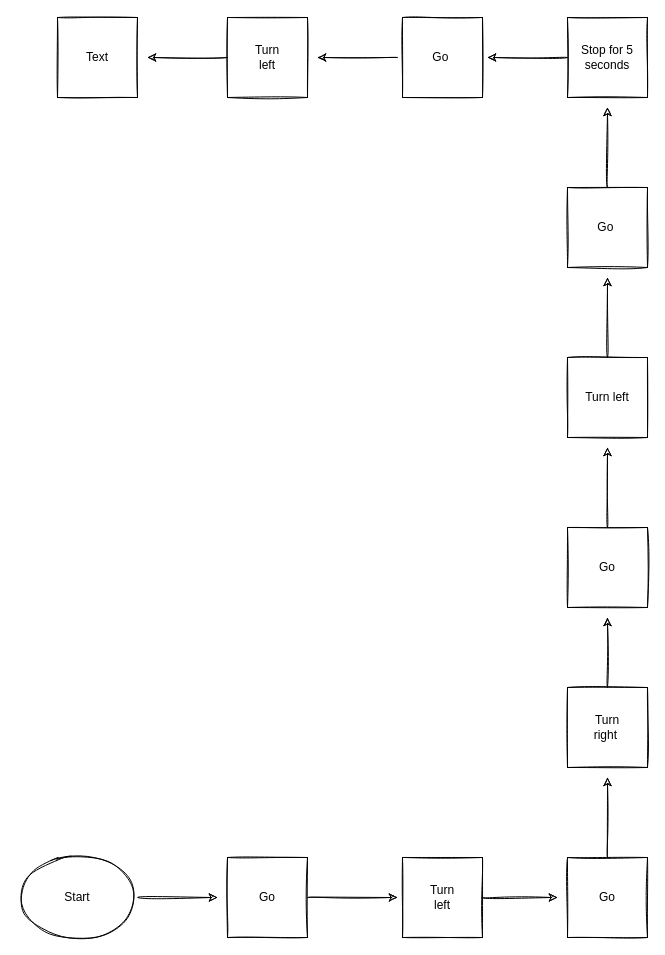
The draw.io diagram Untitled Diagram.drawio in Ximena-S/Draw.IO-, before the edit. Source tidied: cells renumbered, new cells numbered last; positions are measured from the earlier drawing's top-left corner, leaving out a move shared by most shapes. Both pictures are drawn from the tidied source at 100%, with x=0, y=0 at pixel (17, 17).
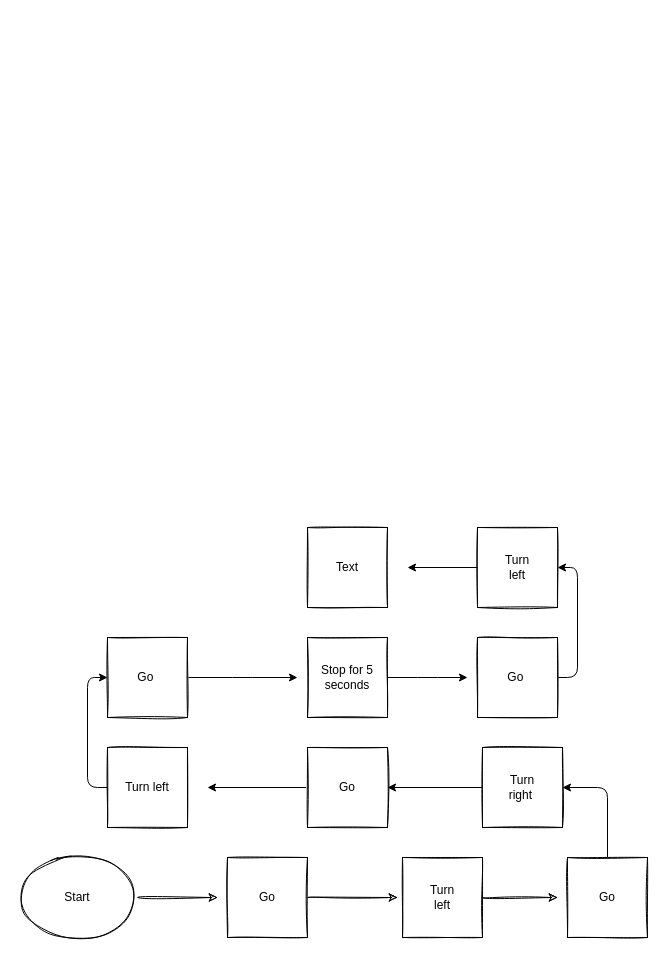
The same page after the edit.

Commit message:
Field trip Navigation Algorithm

The change refers to these unchanged cells:
```xml
<mxCell id="11" style="whiteSpace=wrap;html=1;sketch=1;" parent="1" vertex="1">
  <mxGeometry x="550" y="840" width="80" height="80" as="geometry" />
</mxCell>
```

Diff of the diagram source:
```diff
@@
+    <mxCell id="37" style="edgeStyle=orthogonalEdgeStyle;curved=0;rounded=1;sketch=0;jettySize=auto;html=1;exitX=0.5;exitY=0;exitDx=0;exitDy=0;entryX=1;entryY=0.5;entryDx=0;entryDy=0;" parent="1" edge="1" source="11" target="14">
+      <mxGeometry relative="1" as="geometry" />
+    </mxCell>
@@
-    <mxCell id="13" style="endArrow=classic;html=1;exitX=0.5;exitY=0;exitDx=0;exitDy=0;sketch=1;curved=1;" parent="1" edge="1" source="11">
-      <mxGeometry relative="1" as="geometry">
-        <mxPoint x="590" y="760" as="targetPoint" />
-      </mxGeometry>
-    </mxCell>
+    <mxCell id="38" style="edgeStyle=orthogonalEdgeStyle;curved=0;rounded=1;sketch=0;jettySize=auto;html=1;exitX=0;exitY=0.5;exitDx=0;exitDy=0;entryX=1;entryY=0.5;entryDx=0;entryDy=0;" parent="1" edge="1" source="14" target="17">
+      <mxGeometry relative="1" as="geometry" />
+    </mxCell>
     <mxCell id="14" style="whiteSpace=wrap;html=1;sketch=1;" parent="1" vertex="1">
-      <mxGeometry x="550" y="670" width="80" height="80" as="geometry" />
+      <mxGeometry x="465" y="730" width="80" height="80" as="geometry" />
     </mxCell>
     <mxCell id="15" value="Turn right&amp;nbsp;" style="text;html=1;strokeColor=none;fillColor=none;align=center;verticalAlign=middle;whiteSpace=wrap;rounded=0;sketch=1;" parent="1" vertex="1">
-      <mxGeometry x="570" y="700" width="40" height="20" as="geometry" />
+      <mxGeometry x="485" y="760" width="40" height="20" as="geometry" />
     </mxCell>
-    <mxCell id="16" style="endArrow=classic;html=1;exitX=0.5;exitY=0;exitDx=0;exitDy=0;sketch=1;curved=1;" parent="1" edge="1" source="14">
-      <mxGeometry relative="1" as="geometry">
-        <mxPoint x="590" y="600" as="targetPoint" />
-      </mxGeometry>
-    </mxCell>
+    <mxCell id="39" style="edgeStyle=orthogonalEdgeStyle;curved=0;rounded=1;sketch=0;jettySize=auto;html=1;exitX=0;exitY=0.5;exitDx=0;exitDy=0;" parent="1" edge="1" source="17">
+      <mxGeometry relative="1" as="geometry">
+        <mxPoint x="190" y="770" as="targetPoint" />
+      </mxGeometry>
+    </mxCell>
     <mxCell id="17" style="whiteSpace=wrap;html=1;sketch=1;" parent="1" vertex="1">
-      <mxGeometry x="550" y="510" width="80" height="80" as="geometry" />
+      <mxGeometry x="290" y="730" width="80" height="80" as="geometry" />
     </mxCell>
     <mxCell id="18" value="Go" style="text;html=1;strokeColor=none;fillColor=none;align=center;verticalAlign=middle;whiteSpace=wrap;rounded=0;sketch=1;" parent="1" vertex="1">
-      <mxGeometry x="570" y="540" width="40" height="20" as="geometry" />
+      <mxGeometry x="310" y="760" width="40" height="20" as="geometry" />
     </mxCell>
-    <mxCell id="19" style="endArrow=classic;html=1;exitX=0.5;exitY=0;exitDx=0;exitDy=0;sketch=1;curved=1;" parent="1" edge="1" source="17">
-      <mxGeometry relative="1" as="geometry">
-        <mxPoint x="590" y="430" as="targetPoint" />
-      </mxGeometry>
-    </mxCell>
+    <mxCell id="40" style="edgeStyle=orthogonalEdgeStyle;curved=0;rounded=1;sketch=0;jettySize=auto;html=1;exitX=0;exitY=0.5;exitDx=0;exitDy=0;entryX=0;entryY=0.5;entryDx=0;entryDy=0;" parent="1" edge="1" source="20" target="22">
+      <mxGeometry relative="1" as="geometry" />
+    </mxCell>
     <mxCell id="20" value="Turn left" style="whiteSpace=wrap;html=1;sketch=1;" parent="1" vertex="1">
-      <mxGeometry x="550" y="340" width="80" height="80" as="geometry" />
+      <mxGeometry x="90" y="730" width="80" height="80" as="geometry" />
     </mxCell>
-    <mxCell id="21" style="endArrow=classic;html=1;exitX=0.5;exitY=0;exitDx=0;exitDy=0;sketch=1;curved=1;" parent="1" edge="1" source="20">
-      <mxGeometry relative="1" as="geometry">
-        <mxPoint x="590" y="260" as="targetPoint" />
-      </mxGeometry>
-    </mxCell>
+    <mxCell id="41" style="edgeStyle=orthogonalEdgeStyle;curved=0;rounded=1;sketch=0;jettySize=auto;html=1;exitX=1;exitY=0.5;exitDx=0;exitDy=0;" parent="1" edge="1" source="22">
+      <mxGeometry relative="1" as="geometry">
+        <mxPoint x="280" y="660" as="targetPoint" />
+      </mxGeometry>
+    </mxCell>
     <mxCell id="22" style="whiteSpace=wrap;html=1;sketch=1;" parent="1" vertex="1">
-      <mxGeometry x="550" y="170" width="80" height="80" as="geometry" />
+      <mxGeometry x="90" y="620" width="80" height="80" as="geometry" />
     </mxCell>
     <mxCell id="23" value="Go&amp;nbsp;" style="text;html=1;strokeColor=none;fillColor=none;align=center;verticalAlign=middle;whiteSpace=wrap;rounded=0;sketch=1;" parent="1" vertex="1">
-      <mxGeometry x="570" y="200" width="40" height="20" as="geometry" />
+      <mxGeometry x="110" y="650" width="40" height="20" as="geometry" />
     </mxCell>
-    <mxCell id="24" style="endArrow=classic;html=1;exitX=0.5;exitY=0;exitDx=0;exitDy=0;sketch=1;curved=1;" parent="1" edge="1" source="22">
-      <mxGeometry relative="1" as="geometry">
-        <mxPoint x="590" y="90" as="targetPoint" />
-      </mxGeometry>
-    </mxCell>
+    <mxCell id="42" style="edgeStyle=orthogonalEdgeStyle;curved=0;rounded=1;sketch=0;jettySize=auto;html=1;exitX=1;exitY=0.5;exitDx=0;exitDy=0;" parent="1" edge="1" source="25">
+      <mxGeometry relative="1" as="geometry">
+        <mxPoint x="450" y="660" as="targetPoint" />
+      </mxGeometry>
+    </mxCell>
     <mxCell id="25" style="whiteSpace=wrap;html=1;sketch=1;" parent="1" vertex="1">
-      <mxGeometry x="550" width="80" height="80" as="geometry" />
+      <mxGeometry x="290" y="620" width="80" height="80" as="geometry" />
     </mxCell>
     <mxCell id="26" value="Stop for 5 seconds" style="text;html=1;strokeColor=none;fillColor=none;align=center;verticalAlign=middle;whiteSpace=wrap;rounded=0;sketch=1;" parent="1" vertex="1">
-      <mxGeometry x="560" y="30" width="60" height="20" as="geometry" />
+      <mxGeometry x="300" y="650" width="60" height="20" as="geometry" />
     </mxCell>
-    <mxCell id="27" style="endArrow=classic;html=1;exitX=0;exitY=0.5;exitDx=0;exitDy=0;sketch=1;curved=1;" parent="1" edge="1" source="25">
-      <mxGeometry relative="1" as="geometry">
-        <mxPoint x="470" y="40" as="targetPoint" />
-      </mxGeometry>
-    </mxCell>
+    <mxCell id="43" style="edgeStyle=orthogonalEdgeStyle;curved=0;rounded=1;sketch=0;jettySize=auto;html=1;exitX=1;exitY=0.5;exitDx=0;exitDy=0;entryX=1;entryY=0.5;entryDx=0;entryDy=0;" parent="1" edge="1" source="28" target="32">
+      <mxGeometry relative="1" as="geometry" />
+    </mxCell>
     <mxCell id="28" style="whiteSpace=wrap;html=1;sketch=1;" parent="1" vertex="1">
-      <mxGeometry x="385" width="80" height="80" as="geometry" />
+      <mxGeometry x="460" y="620" width="80" height="80" as="geometry" />
     </mxCell>
@@
     <mxCell id="30" value="Go&amp;nbsp;" style="text;html=1;strokeColor=none;fillColor=none;align=center;verticalAlign=middle;whiteSpace=wrap;rounded=0;sketch=1;" parent="1" vertex="1">
-      <mxGeometry x="405" y="30" width="40" height="20" as="geometry" />
+      <mxGeometry x="480" y="650" width="40" height="20" as="geometry" />
     </mxCell>
-    <mxCell id="31" style="endArrow=classic;html=1;sketch=1;curved=1;" parent="1" edge="1">
-      <mxGeometry relative="1" as="geometry">
-        <mxPoint x="380" y="40" as="sourcePoint" />
-        <mxPoint x="300" y="40" as="targetPoint" />
-      </mxGeometry>
-    </mxCell>
+    <mxCell id="44" style="edgeStyle=orthogonalEdgeStyle;curved=0;rounded=1;sketch=0;jettySize=auto;html=1;exitX=0;exitY=0.5;exitDx=0;exitDy=0;" parent="1" edge="1" source="32">
+      <mxGeometry relative="1" as="geometry">
+        <mxPoint x="390" y="550" as="targetPoint" />
+      </mxGeometry>
+    </mxCell>
     <mxCell id="32" style="whiteSpace=wrap;html=1;sketch=1;" parent="1" vertex="1">
-      <mxGeometry x="210" width="80" height="80" as="geometry" />
+      <mxGeometry x="460" y="510" width="80" height="80" as="geometry" />
     </mxCell>
     <mxCell id="33" value="Turn left" style="text;html=1;strokeColor=none;fillColor=none;align=center;verticalAlign=middle;whiteSpace=wrap;rounded=0;sketch=1;" parent="1" vertex="1">
-      <mxGeometry x="230" y="30" width="40" height="20" as="geometry" />
+      <mxGeometry x="480" y="540" width="40" height="20" as="geometry" />
     </mxCell>
-    <mxCell id="34" style="endArrow=classic;html=1;exitX=0;exitY=0.5;exitDx=0;exitDy=0;sketch=1;curved=1;" parent="1" edge="1" source="32">
-      <mxGeometry relative="1" as="geometry">
-        <mxPoint x="130" y="40" as="targetPoint" />
-      </mxGeometry>
-    </mxCell>
     <mxCell id="35" style="whiteSpace=wrap;html=1;sketch=1;" parent="1" vertex="1">
-      <mxGeometry x="40" width="80" height="80" as="geometry" />
+      <mxGeometry x="290" y="510" width="80" height="80" as="geometry" />
     </mxCell>
     <mxCell id="36" value="Text" style="text;html=1;strokeColor=none;fillColor=none;align=center;verticalAlign=middle;whiteSpace=wrap;rounded=0;sketch=1;" parent="1" vertex="1">
-      <mxGeometry x="60" y="30" width="40" height="20" as="geometry" />
+      <mxGeometry x="310" y="540" width="40" height="20" as="geometry" />
     </mxCell>
```
